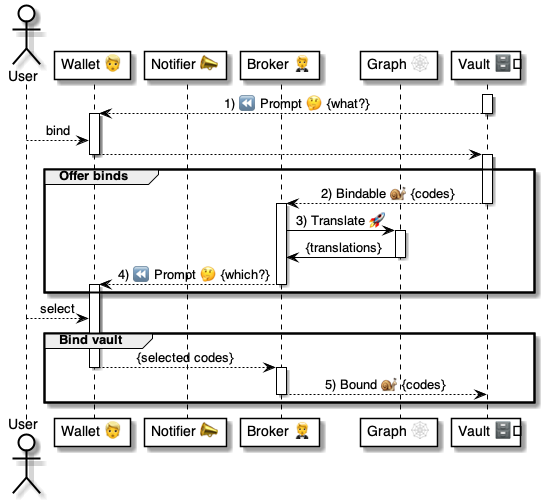
pollyweb-org/pollyweb-docs keeps this PlantUML diagram as 4 ⚙️ Solution/20 🧑‍🦰 UI/Wallets 🧑‍🦰/🧑‍🦰💬 Wallet chats/...in Prompts 🤔/Bind 👉🗄️🔗/🧑‍🦰 Bind vault ⚙️ uml.png. Above is the earlier version. Its source is kept beside it as 4 ⚙️ Solution/20 🧑‍🦰 UI/Wallets 🧑‍🦰/🧑‍🦰💬 Wallet chats/...in Prompts 🤔/Bind 👉🗄️🔗/🧑‍🦰 Bind vault ⚙️ uml.puml.
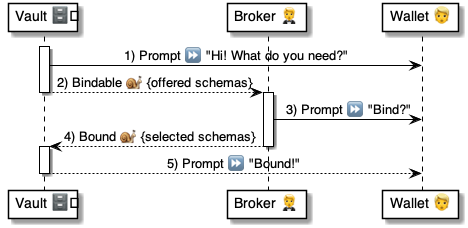
Later version of the same file.

The edit, as a diff of the source:
```diff
@@ -1,61 +1,24 @@
 @startuml Bind()
 
 
-actor User as user
+participant "Vault 🗄️" as vault
+participant "Broker 🤵" as broker
 participant "Wallet 👱" as wallet
-participant "Notifier 📣" as notifier
-participant "Broker 🤵" as broker
-participant "Graph 🕸" as graph
-participant "Vault 🗄️" as vault
+
 
 
 activate vault
-vault --> wallet: 1) ⏪ Prompt 🤔 {what?}
+    vault -> wallet: 1) Prompt ⏩ "Hi! What do you need?"
+    vault --> broker: 2) Bindable 🐌 {offered schemas}
 deactivate vault
 
-activate wallet
-user --> wallet: bind
-wallet --> vault:
-deactivate wallet
+activate broker
+    broker -> wallet: 3) Prompt ⏩ "Bind?"
+    broker --> vault: 4) Bound 🐌 {selected schemas}
+deactivate broker
 
 activate vault
-
-group Offer binds
-
-    vault --> broker: 2) Bindable 🐌 {codes}
-    deactivate vault
-
-    activate broker
-
-        broker -> graph: 3) Translate 🚀
-        activate graph
-            graph -> broker: {translations}
-        deactivate
-
-        broker --> wallet: 4) ⏪ Prompt 🤔 {which?}
-    deactivate broker
-
-    activate wallet
-
-end group
-
-
-
-user --> wallet: select
-
-
-group Bind vault
-
-    wallet --> broker: {selected codes}
-    deactivate wallet
-
-    activate broker
-        broker --> vault: 5) Bound 🐌 {codes}
-    deactivate broker
-
-end group
-
-
-
+    vault --> wallet: 5) Prompt ⏩ "Bound!"
+deactivate vault
 
 @enduml
```
